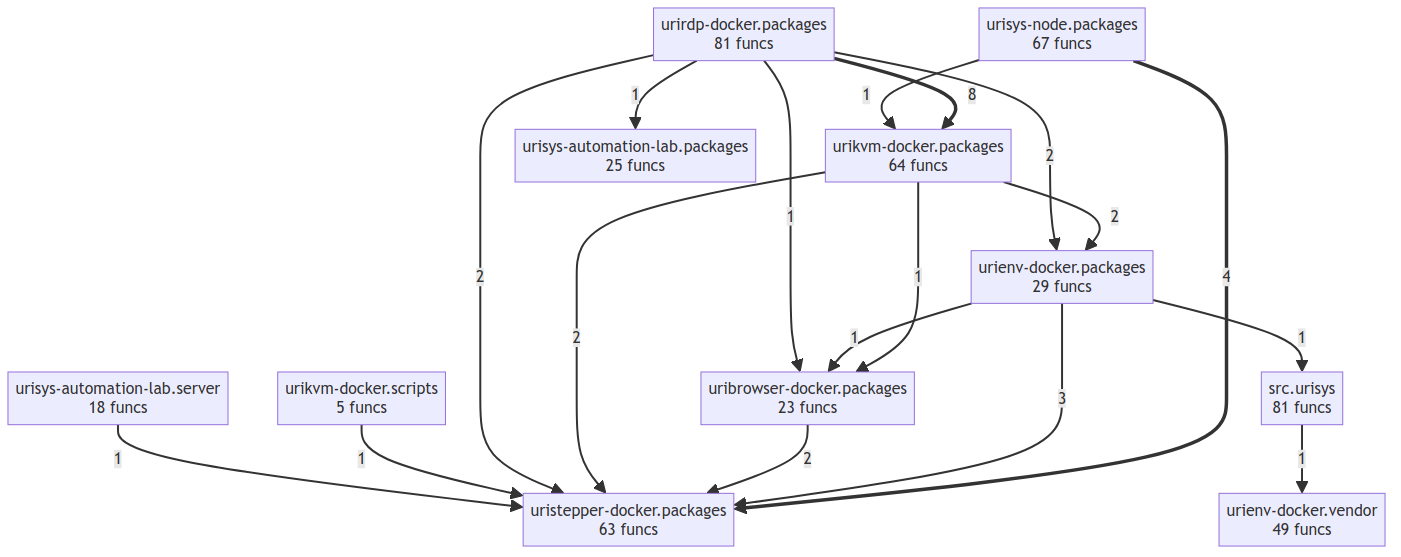
Before: project/compact_flow.png, a diagram exported from Mermaid (tellmesh/urisys). Its source is kept beside it as project/compact_flow.mmd. Source of this version:
```mermaid
flowchart TD
    src__urisys["src.urisys<br/>81 funcs"]
    uribrowser_docker__packages["uribrowser-docker.packages<br/>23 funcs"]
    urienv_docker__packages["urienv-docker.packages<br/>29 funcs"]
    urienv_docker__vendor["urienv-docker.vendor<br/>49 funcs"]
    urikvm_docker__packages["urikvm-docker.packages<br/>64 funcs"]
    urikvm_docker__scripts["urikvm-docker.scripts<br/>5 funcs"]
    urirdp_docker__packages["urirdp-docker.packages<br/>81 funcs"]
    uristepper_docker__packages["uristepper-docker.packages<br/>63 funcs"]
    urisys_automation_lab__packages["urisys-automation-lab.packages<br/>25 funcs"]
    urisys_automation_lab__server["urisys-automation-lab.server<br/>18 funcs"]
    urisys_node__packages["urisys-node.packages<br/>67 funcs"]
    urirdp_docker__packages ==>|8| urikvm_docker__packages
    urisys_node__packages ==>|4| uristepper_docker__packages
    urienv_docker__packages -->|3| uristepper_docker__packages
    uribrowser_docker__packages -->|2| uristepper_docker__packages
    urikvm_docker__packages -->|2| uristepper_docker__packages
    urikvm_docker__packages -->|2| urienv_docker__packages
    urirdp_docker__packages -->|2| uristepper_docker__packages
    urirdp_docker__packages -->|2| urienv_docker__packages
    src__urisys -->|1| urienv_docker__vendor
    urikvm_docker__packages -->|1| uribrowser_docker__packages
    urikvm_docker__scripts -->|1| uristepper_docker__packages
    urienv_docker__packages -->|1| src__urisys
    urienv_docker__packages -->|1| uribrowser_docker__packages
    urisys_node__packages -->|1| urikvm_docker__packages
    urirdp_docker__packages -->|1| uribrowser_docker__packages
    urisys_automation_lab__server -->|1| uristepper_docker__packages
    urirdp_docker__packages -->|1| urisys_automation_lab__packages
```
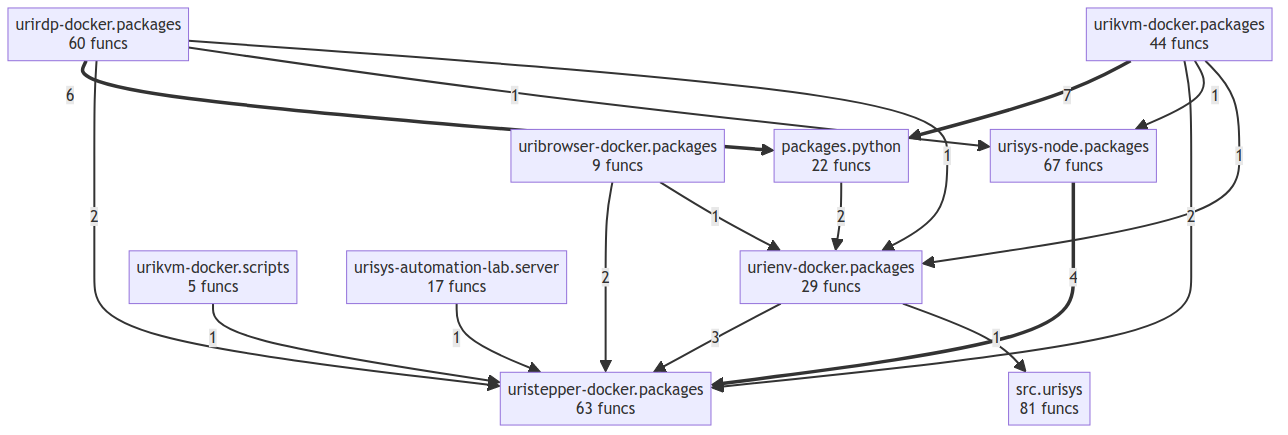
The same file after the commit.

Diff of the diagram source:
```diff
@@ -1,29 +1,27 @@
 flowchart TD
+    packages__python["packages.python<br/>22 funcs"]
     src__urisys["src.urisys<br/>81 funcs"]
-    uribrowser_docker__packages["uribrowser-docker.packages<br/>23 funcs"]
+    uribrowser_docker__packages["uribrowser-docker.packages<br/>9 funcs"]
     urienv_docker__packages["urienv-docker.packages<br/>29 funcs"]
-    urienv_docker__vendor["urienv-docker.vendor<br/>49 funcs"]
-    urikvm_docker__packages["urikvm-docker.packages<br/>64 funcs"]
+    urikvm_docker__packages["urikvm-docker.packages<br/>44 funcs"]
     urikvm_docker__scripts["urikvm-docker.scripts<br/>5 funcs"]
-    urirdp_docker__packages["urirdp-docker.packages<br/>81 funcs"]
+    urirdp_docker__packages["urirdp-docker.packages<br/>60 funcs"]
     uristepper_docker__packages["uristepper-docker.packages<br/>63 funcs"]
-    urisys_automation_lab__packages["urisys-automation-lab.packages<br/>25 funcs"]
-    urisys_automation_lab__server["urisys-automation-lab.server<br/>18 funcs"]
+    urisys_automation_lab__server["urisys-automation-lab.server<br/>17 funcs"]
     urisys_node__packages["urisys-node.packages<br/>67 funcs"]
-    urirdp_docker__packages ==>|8| urikvm_docker__packages
+    urikvm_docker__packages ==>|7| packages__python
+    urirdp_docker__packages ==>|6| packages__python
     urisys_node__packages ==>|4| uristepper_docker__packages
     urienv_docker__packages -->|3| uristepper_docker__packages
+    urirdp_docker__packages -->|2| uristepper_docker__packages
     uribrowser_docker__packages -->|2| uristepper_docker__packages
     urikvm_docker__packages -->|2| uristepper_docker__packages
-    urikvm_docker__packages -->|2| urienv_docker__packages
-    urirdp_docker__packages -->|2| uristepper_docker__packages
-    urirdp_docker__packages -->|2| urienv_docker__packages
-    src__urisys -->|1| urienv_docker__vendor
-    urikvm_docker__packages -->|1| uribrowser_docker__packages
+    packages__python -->|2| urienv_docker__packages
+    urirdp_docker__packages -->|1| urisys_node__packages
+    urirdp_docker__packages -->|1| urienv_docker__packages
+    uribrowser_docker__packages -->|1| urienv_docker__packages
+    urikvm_docker__packages -->|1| urisys_node__packages
+    urikvm_docker__packages -->|1| urienv_docker__packages
     urikvm_docker__scripts -->|1| uristepper_docker__packages
     urienv_docker__packages -->|1| src__urisys
-    urienv_docker__packages -->|1| uribrowser_docker__packages
-    urisys_node__packages -->|1| urikvm_docker__packages
-    urirdp_docker__packages -->|1| uribrowser_docker__packages
     urisys_automation_lab__server -->|1| uristepper_docker__packages
-    urirdp_docker__packages -->|1| urisys_automation_lab__packages
```
